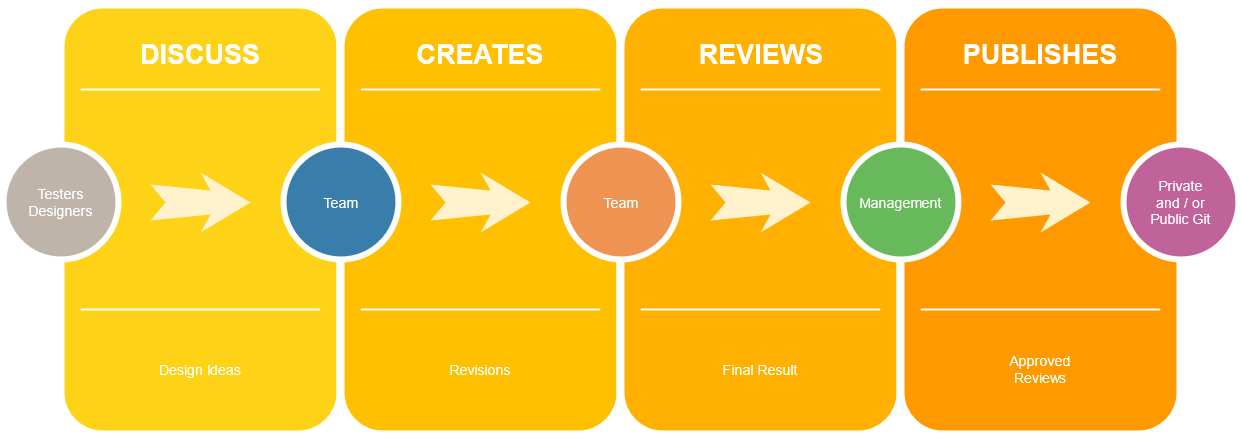
Before: Managment/Design Workflow.png, a diagram exported from draw.io (Gutter-Guys/Gutter_Rat). Source tidied: cells renumbered, new cells last; positions are measured from the earlier drawing's top-left corner, leaving out a move shared by most shapes. Its diagram source:
```xml
<mxGraphModel>
  <root>
    <mxCell id="0" />
    <mxCell id="1" parent="0" />
    <mxCell id="2" style="whiteSpace=wrap;html=1;rounded=1;shadow=0;strokeWidth=8;fontSize=20;align=center;fillColor=#FED217;strokeColor=#FFFFFF;" parent="1" vertex="1">
      <mxGeometry x="57" width="280" height="430" as="geometry" />
    </mxCell>
    <mxCell id="3" value="DISCUSS" style="text;html=1;strokeColor=none;fillColor=none;align=center;verticalAlign=middle;whiteSpace=wrap;rounded=0;shadow=0;fontSize=27;fontColor=#FFFFFF;fontStyle=1;" parent="1" vertex="1">
      <mxGeometry x="57" y="20" width="280" height="60" as="geometry" />
    </mxCell>
    <mxCell id="4" value="Design Ideas" style="text;html=1;strokeColor=none;fillColor=none;align=center;verticalAlign=middle;whiteSpace=wrap;rounded=0;shadow=0;fontSize=14;fontColor=#FFFFFF;" parent="1" vertex="1">
      <mxGeometry x="57" y="320" width="280" height="90" as="geometry" />
    </mxCell>
    <mxCell id="5" style="line;strokeWidth=2;html=1;rounded=0;shadow=0;fontSize=27;align=center;fillColor=none;strokeColor=#FFFFFF;" parent="1" vertex="1">
      <mxGeometry x="77" y="80" width="240" height="10" as="geometry" />
    </mxCell>
    <mxCell id="6" style="line;strokeWidth=2;html=1;rounded=0;shadow=0;fontSize=27;align=center;fillColor=none;strokeColor=#FFFFFF;" parent="1" vertex="1">
      <mxGeometry x="77" y="300" width="240" height="10" as="geometry" />
    </mxCell>
    <mxCell id="7" value="Testers&lt;br&gt;Designers" style="ellipse;whiteSpace=wrap;html=1;rounded=0;shadow=0;strokeWidth=6;fontSize=14;align=center;fillColor=#BFB4A9;strokeColor=#FFFFFF;fontColor=#FFFFFF;" parent="1" vertex="1">
      <mxGeometry y="140" width="115" height="115" as="geometry" />
    </mxCell>
    <mxCell id="8" style="html=1;shadow=0;dashed=0;align=center;verticalAlign=middle;shape=mxgraph.arrows2.stylisedArrow;dy=0.6;dx=40;notch=15;feather=0.4;rounded=0;strokeWidth=1;fontSize=27;strokeColor=none;fillColor=#fff2cc;" parent="1" vertex="1">
      <mxGeometry x="147" y="168" width="100" height="60" as="geometry" />
    </mxCell>
    <mxCell id="9" style="whiteSpace=wrap;html=1;rounded=1;shadow=0;strokeWidth=8;fontSize=20;align=center;fillColor=#FFC001;strokeColor=#FFFFFF;" parent="1" vertex="1">
      <mxGeometry x="337" width="280" height="430" as="geometry" />
    </mxCell>
    <mxCell id="10" value="CREATES" style="text;html=1;strokeColor=none;fillColor=none;align=center;verticalAlign=middle;whiteSpace=wrap;rounded=0;shadow=0;fontSize=27;fontColor=#FFFFFF;fontStyle=1;" parent="1" vertex="1">
      <mxGeometry x="337" y="20" width="280" height="60" as="geometry" />
    </mxCell>
    <mxCell id="11" value="Revisions" style="text;html=1;strokeColor=none;fillColor=none;align=center;verticalAlign=middle;whiteSpace=wrap;rounded=0;shadow=0;fontSize=14;fontColor=#FFFFFF;" parent="1" vertex="1">
      <mxGeometry x="337" y="320" width="280" height="90" as="geometry" />
    </mxCell>
    <mxCell id="12" style="line;strokeWidth=2;html=1;rounded=0;shadow=0;fontSize=27;align=center;fillColor=none;strokeColor=#FFFFFF;" parent="1" vertex="1">
      <mxGeometry x="357" y="80" width="240" height="10" as="geometry" />
    </mxCell>
    <mxCell id="13" style="line;strokeWidth=2;html=1;rounded=0;shadow=0;fontSize=27;align=center;fillColor=none;strokeColor=#FFFFFF;" parent="1" vertex="1">
      <mxGeometry x="357" y="300" width="240" height="10" as="geometry" />
    </mxCell>
    <mxCell id="14" value="Team" style="ellipse;whiteSpace=wrap;html=1;rounded=0;shadow=0;strokeWidth=6;fontSize=14;align=center;fillColor=#397DAA;strokeColor=#FFFFFF;fontColor=#FFFFFF;" parent="1" vertex="1">
      <mxGeometry x="280" y="140" width="115" height="115" as="geometry" />
    </mxCell>
    <mxCell id="15" style="html=1;shadow=0;dashed=0;align=center;verticalAlign=middle;shape=mxgraph.arrows2.stylisedArrow;dy=0.6;dx=40;notch=15;feather=0.4;rounded=0;strokeWidth=1;fontSize=27;strokeColor=none;fillColor=#fff2cc;" parent="1" vertex="1">
      <mxGeometry x="427" y="168" width="100" height="60" as="geometry" />
    </mxCell>
    <mxCell id="16" style="whiteSpace=wrap;html=1;rounded=1;shadow=0;strokeWidth=8;fontSize=20;align=center;fillColor=#FFB001;strokeColor=#FFFFFF;" parent="1" vertex="1">
      <mxGeometry x="617" width="280" height="430" as="geometry" />
    </mxCell>
    <mxCell id="17" value="REVIEWS" style="text;html=1;strokeColor=none;fillColor=none;align=center;verticalAlign=middle;whiteSpace=wrap;rounded=0;shadow=0;fontSize=27;fontColor=#FFFFFF;fontStyle=1;" parent="1" vertex="1">
      <mxGeometry x="618" y="20" width="280" height="60" as="geometry" />
    </mxCell>
    <mxCell id="18" value="Final Result" style="text;html=1;strokeColor=none;fillColor=none;align=center;verticalAlign=middle;whiteSpace=wrap;rounded=0;shadow=0;fontSize=14;fontColor=#FFFFFF;" parent="1" vertex="1">
      <mxGeometry x="617" y="320" width="280" height="90" as="geometry" />
    </mxCell>
    <mxCell id="19" style="line;strokeWidth=2;html=1;rounded=0;shadow=0;fontSize=27;align=center;fillColor=none;strokeColor=#FFFFFF;" parent="1" vertex="1">
      <mxGeometry x="637" y="80" width="240" height="10" as="geometry" />
    </mxCell>
    <mxCell id="20" style="line;strokeWidth=2;html=1;rounded=0;shadow=0;fontSize=27;align=center;fillColor=none;strokeColor=#FFFFFF;" parent="1" vertex="1">
      <mxGeometry x="637" y="300" width="240" height="10" as="geometry" />
    </mxCell>
    <mxCell id="21" value="Team" style="ellipse;whiteSpace=wrap;html=1;rounded=0;shadow=0;strokeWidth=6;fontSize=14;align=center;fillColor=#EF9353;strokeColor=#FFFFFF;fontColor=#FFFFFF;" parent="1" vertex="1">
      <mxGeometry x="560" y="140" width="115" height="115" as="geometry" />
    </mxCell>
    <mxCell id="22" style="html=1;shadow=0;dashed=0;align=center;verticalAlign=middle;shape=mxgraph.arrows2.stylisedArrow;dy=0.6;dx=40;notch=15;feather=0.4;rounded=0;strokeWidth=1;fontSize=27;strokeColor=none;fillColor=#fff2cc;" parent="1" vertex="1">
      <mxGeometry x="707" y="168" width="100" height="60" as="geometry" />
    </mxCell>
    <mxCell id="23" style="whiteSpace=wrap;html=1;rounded=1;shadow=0;strokeWidth=8;fontSize=20;align=center;fillColor=#FE9900;strokeColor=#FFFFFF;" parent="1" vertex="1">
      <mxGeometry x="897" width="280" height="430" as="geometry" />
    </mxCell>
    <mxCell id="24" value="PUBLISHES" style="text;html=1;strokeColor=none;fillColor=none;align=center;verticalAlign=middle;whiteSpace=wrap;rounded=0;shadow=0;fontSize=27;fontColor=#FFFFFF;fontStyle=1;" parent="1" vertex="1">
      <mxGeometry x="897" y="20" width="280" height="60" as="geometry" />
    </mxCell>
    <mxCell id="25" value="Approved&lt;br&gt;Reviews " style="text;html=1;strokeColor=none;fillColor=none;align=center;verticalAlign=middle;whiteSpace=wrap;rounded=0;shadow=0;fontSize=14;fontColor=#FFFFFF;" parent="1" vertex="1">
      <mxGeometry x="897" y="320" width="280" height="90" as="geometry" />
    </mxCell>
    <mxCell id="26" style="line;strokeWidth=2;html=1;rounded=0;shadow=0;fontSize=27;align=center;fillColor=none;strokeColor=#FFFFFF;" parent="1" vertex="1">
      <mxGeometry x="917" y="80" width="240" height="10" as="geometry" />
    </mxCell>
    <mxCell id="27" style="line;strokeWidth=2;html=1;rounded=0;shadow=0;fontSize=27;align=center;fillColor=none;strokeColor=#FFFFFF;" parent="1" vertex="1">
      <mxGeometry x="917" y="300" width="240" height="10" as="geometry" />
    </mxCell>
    <mxCell id="28" value="Management" style="ellipse;whiteSpace=wrap;html=1;rounded=0;shadow=0;strokeWidth=6;fontSize=14;align=center;fillColor=#68B85C;strokeColor=#FFFFFF;fontColor=#FFFFFF;" parent="1" vertex="1">
      <mxGeometry x="840" y="140" width="115" height="115" as="geometry" />
    </mxCell>
    <mxCell id="29" style="html=1;shadow=0;dashed=0;align=center;verticalAlign=middle;shape=mxgraph.arrows2.stylisedArrow;dy=0.6;dx=40;notch=15;feather=0.4;rounded=0;strokeWidth=1;fontSize=27;strokeColor=none;fillColor=#fff2cc;" parent="1" vertex="1">
      <mxGeometry x="987" y="168" width="100" height="60" as="geometry" />
    </mxCell>
    <mxCell id="30" value="Private&lt;br&gt;and / or&lt;br&gt;Public Git" style="ellipse;whiteSpace=wrap;html=1;rounded=0;shadow=0;strokeWidth=6;fontSize=14;align=center;fillColor=#BF639A;strokeColor=#FFFFFF;fontColor=#FFFFFF;" parent="1" vertex="1">
      <mxGeometry x="1120" y="140" width="115" height="115" as="geometry" />
    </mxCell>
  </root>
</mxGraphModel>
```
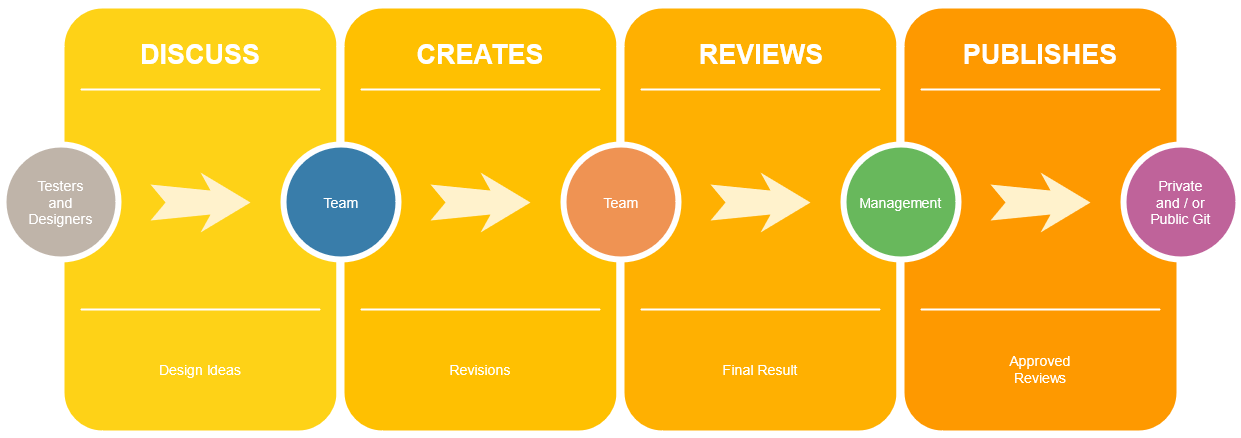
After the commit.

Diff of the diagram source:
```diff
@@ -17,7 +17,7 @@
     <mxCell id="6" style="line;strokeWidth=2;html=1;rounded=0;shadow=0;fontSize=27;align=center;fillColor=none;strokeColor=#FFFFFF;" parent="1" vertex="1">
       <mxGeometry x="77" y="300" width="240" height="10" as="geometry" />
     </mxCell>
-    <mxCell id="7" value="Testers&lt;br&gt;Designers" style="ellipse;whiteSpace=wrap;html=1;rounded=0;shadow=0;strokeWidth=6;fontSize=14;align=center;fillColor=#BFB4A9;strokeColor=#FFFFFF;fontColor=#FFFFFF;" parent="1" vertex="1">
+    <mxCell id="7" value="Testers&lt;br&gt;and&lt;br&gt;Designers" style="ellipse;whiteSpace=wrap;html=1;rounded=0;shadow=0;strokeWidth=6;fontSize=14;align=center;fillColor=#BFB4A9;strokeColor=#FFFFFF;fontColor=#FFFFFF;" parent="1" vertex="1">
       <mxGeometry y="140" width="115" height="115" as="geometry" />
     </mxCell>
     <mxCell id="8" style="html=1;shadow=0;dashed=0;align=center;verticalAlign=middle;shape=mxgraph.arrows2.stylisedArrow;dy=0.6;dx=40;notch=15;feather=0.4;rounded=0;strokeWidth=1;fontSize=27;strokeColor=none;fillColor=#fff2cc;" parent="1" vertex="1">
```
